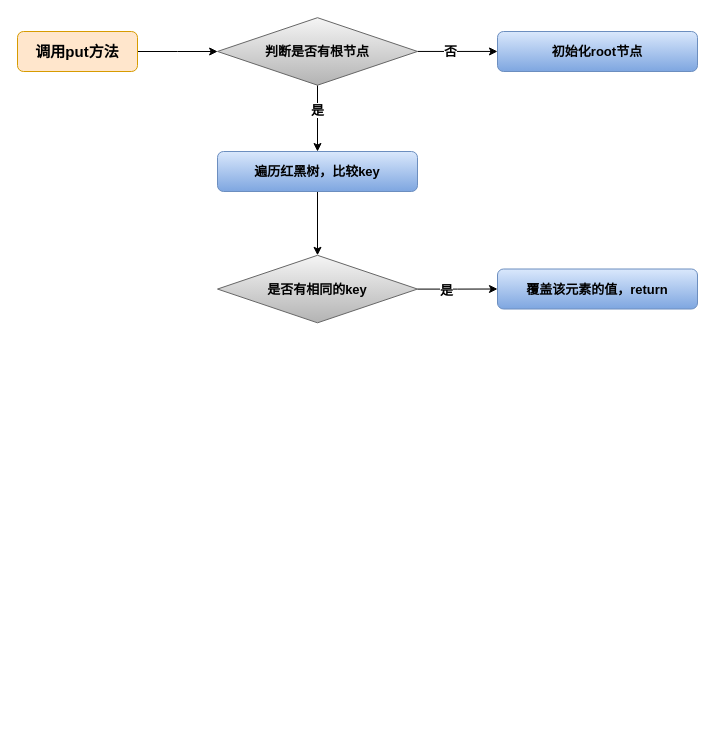
LDChing0321/JavaLearn keeps this draw.io diagram as typora/JavaSE/6 集合/drawio/put方法流程图.drawio. Above is the earlier version. Source tidied: cells renumbered, new cells numbered last; positions are measured from the earlier drawing's top-left corner, leaving out a move shared by most shapes. Both pictures are drawn from the tidied source at 100%, with x=0, y=0 at pixel (17, 17).
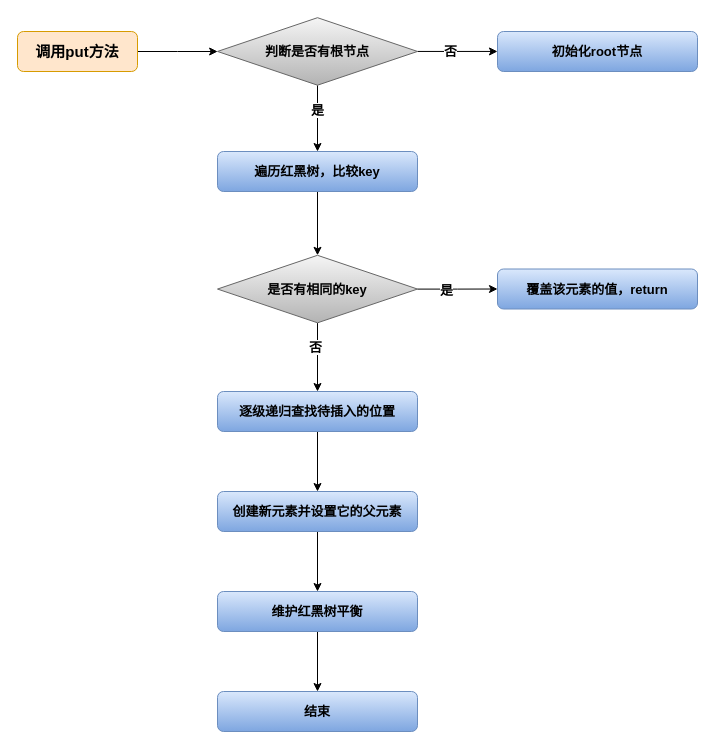
The same diagram, later.

Commit message (it also covers changes not shown here):
更新put方法流程图.drawio

The change refers to these unchanged cells:
```xml
<mxCell id="14" value="是否有相同的key" style="rhombus;whiteSpace=wrap;html=1;fontSize=13;gradientColor=#b3b3b3;fillColor=#f5f5f5;strokeColor=#666666;fontStyle=1;" parent="1" vertex="1">
  <mxGeometry x="200" y="237.8" width="200" height="67.5" as="geometry" />
</mxCell>
```

The edit, as a diff of the source:
```diff
@@
+    <mxCell id="16" style="edgeStyle=orthogonalEdgeStyle;rounded=0;jettySize=auto;html=1;fontSize=13;" parent="1" edge="1" source="14" target="19">
+      <mxGeometry relative="1" as="geometry" />
+    </mxCell>
+    <mxCell id="17" value="否" style="edgeLabel;html=1;align=center;verticalAlign=middle;fontSize=13;fontStyle=1;" parent="16" vertex="1">
+      <mxGeometry x="-0.29" y="-3" relative="1" as="geometry" />
+    </mxCell>
@@
+    <mxCell id="18" style="edgeStyle=orthogonalEdgeStyle;rounded=0;jettySize=auto;html=1;fontSize=13;" parent="1" edge="1" source="19" target="21">
+      <mxGeometry relative="1" as="geometry" />
+    </mxCell>
+    <mxCell id="19" value="逐级递归查找待插入的位置" style="rounded=1;whiteSpace=wrap;html=1;fontSize=13;fontStyle=1;fillColor=#dae8fc;strokeColor=#6c8ebf;gradientColor=#7ea6e0;" parent="1" vertex="1">
+      <mxGeometry x="200" y="374" width="200" height="40" as="geometry" />
+    </mxCell>
+    <mxCell id="20" style="edgeStyle=orthogonalEdgeStyle;rounded=0;jettySize=auto;html=1;fontSize=13;" parent="1" edge="1" source="21" target="23">
+      <mxGeometry relative="1" as="geometry" />
+    </mxCell>
+    <mxCell id="21" value="创建新元素并设置它的父元素" style="rounded=1;whiteSpace=wrap;html=1;fontSize=13;fontStyle=1;fillColor=#dae8fc;strokeColor=#6c8ebf;gradientColor=#7ea6e0;" parent="1" vertex="1">
+      <mxGeometry x="200" y="474" width="200" height="40" as="geometry" />
+    </mxCell>
+    <mxCell id="22" style="edgeStyle=orthogonalEdgeStyle;rounded=0;jettySize=auto;html=1;fontSize=13;" parent="1" edge="1" source="23" target="24">
+      <mxGeometry relative="1" as="geometry" />
+    </mxCell>
+    <mxCell id="23" value="维护红黑树平衡" style="rounded=1;whiteSpace=wrap;html=1;fontSize=13;fontStyle=1;fillColor=#dae8fc;strokeColor=#6c8ebf;gradientColor=#7ea6e0;" parent="1" vertex="1">
+      <mxGeometry x="200" y="574" width="200" height="40" as="geometry" />
+    </mxCell>
+    <mxCell id="24" value="结束" style="rounded=1;whiteSpace=wrap;html=1;fontSize=13;fontStyle=1;fillColor=#dae8fc;strokeColor=#6c8ebf;gradientColor=#7ea6e0;" parent="1" vertex="1">
+      <mxGeometry x="200" y="674" width="200" height="40" as="geometry" />
+    </mxCell>
```
